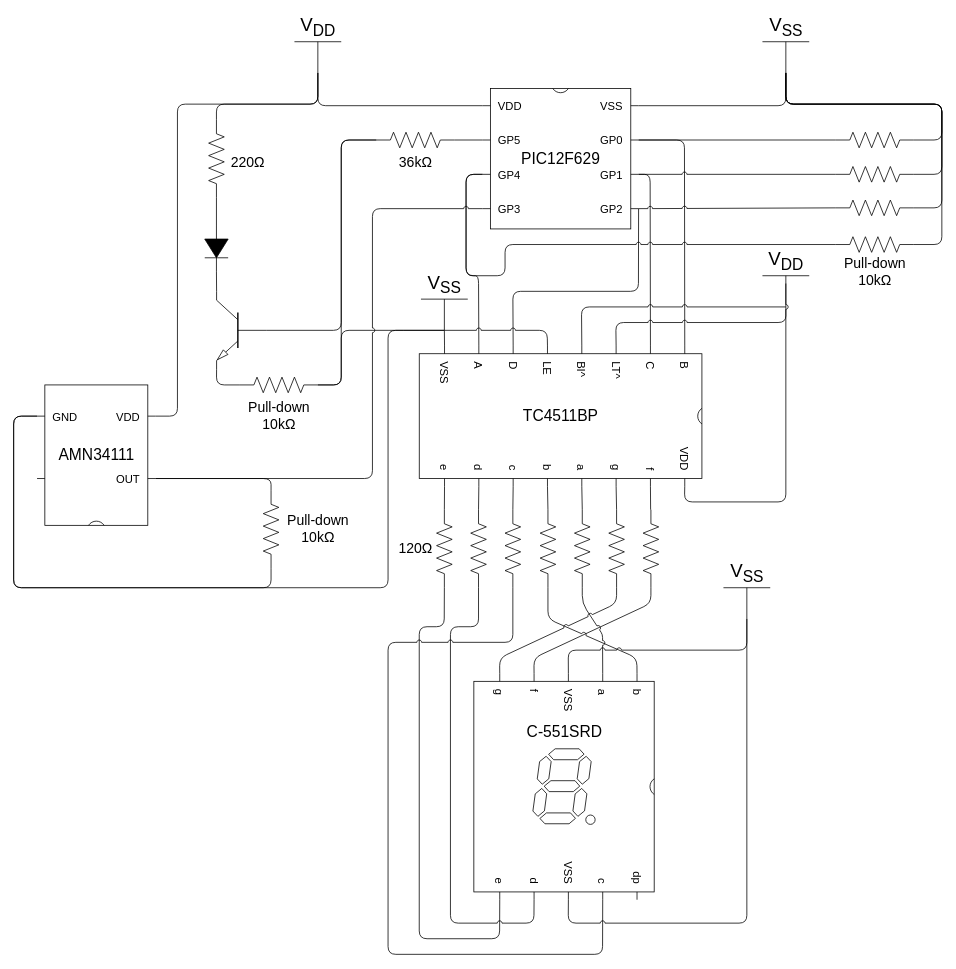
jjjkkkjjj/counter-hw keeps this draw.io diagram as docs/diagram.dio. Above is the earlier version. Source tidied: cells renumbered, new cells numbered last; positions are measured from the earlier drawing's top-left corner, leaving out a move shared by most shapes. Both pictures are drawn from the tidied source at 78%, with x=0, y=0 at pixel (13, 41).
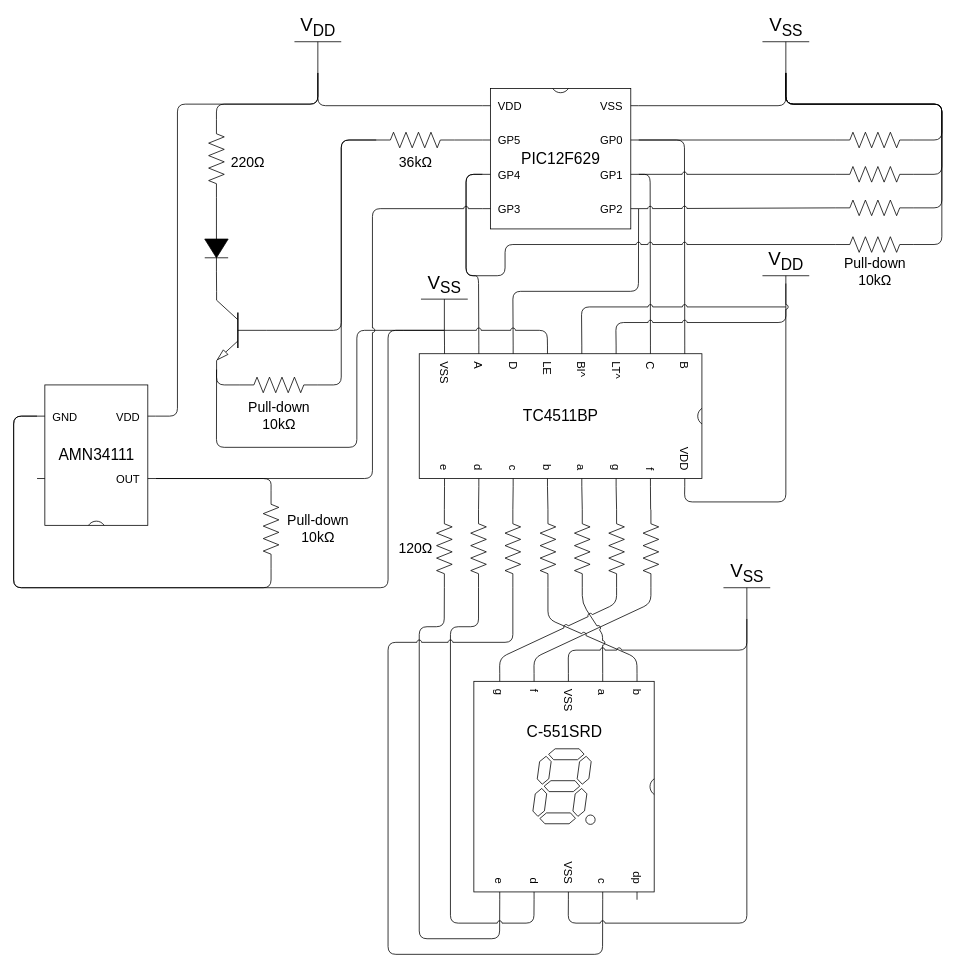
Above is the later version.

The change refers to these unchanged cells:
```xml
<mxCell id="18" style="verticalLabelPosition=bottom;shadow=0;dashed=0;align=center;html=1;verticalAlign=top;shape=mxgraph.electrical.transistors.npn_transistor_5;flipH=1;" parent="1" vertex="1">
  <mxGeometry x="260" y="320" width="64" height="100" as="geometry" />
</mxCell>
<mxCell id="51" value="V&lt;sub&gt;SS&lt;/sub&gt;" style="verticalLabelPosition=top;verticalAlign=bottom;shape=mxgraph.electrical.signal_sources.vdd;shadow=0;dashed=0;align=center;strokeWidth=1;fontSize=24;html=1;flipV=1;" parent="1" vertex="1">
  <mxGeometry x="522.2" y="330" width="60" height="40" as="geometry" />
</mxCell>
<mxCell id="74" style="verticalLabelPosition=bottom;shadow=0;dashed=0;align=center;html=1;verticalAlign=top;shape=mxgraph.electrical.resistors.resistor_2;rotation=0;" parent="1" vertex="1">
  <mxGeometry x="290" y="430" width="100" height="20" as="geometry" />
</mxCell>
```

What changed in the source:
```diff
@@
-    <mxCell id="50" style="edgeStyle=none;html=1;exitX=0.5;exitY=0;exitDx=0;exitDy=0;exitPerimeter=0;entryX=1;entryY=0.5;entryDx=0;entryDy=0;entryPerimeter=0;endArrow=none;endFill=0;" parent="1" edge="1" source="51" target="74">
+    <mxCell id="50" style="edgeStyle=none;html=1;exitX=0.5;exitY=0;exitDx=0;exitDy=0;exitPerimeter=0;entryX=1;entryY=1;entryDx=0;entryDy=0;entryPerimeter=0;endArrow=none;endFill=0;" parent="1" edge="1" source="51" target="18">
       <mxGeometry relative="1" as="geometry">
         <Array as="points">
           <mxPoint x="490" y="370" />
-          <mxPoint x="420" y="370" />
-          <mxPoint x="420" y="440" />
+          <mxPoint x="440" y="370" />
+          <mxPoint x="440" y="520" />
+          <mxPoint x="260" y="520" />
         </Array>
       </mxGeometry>
     </mxCell>
```
